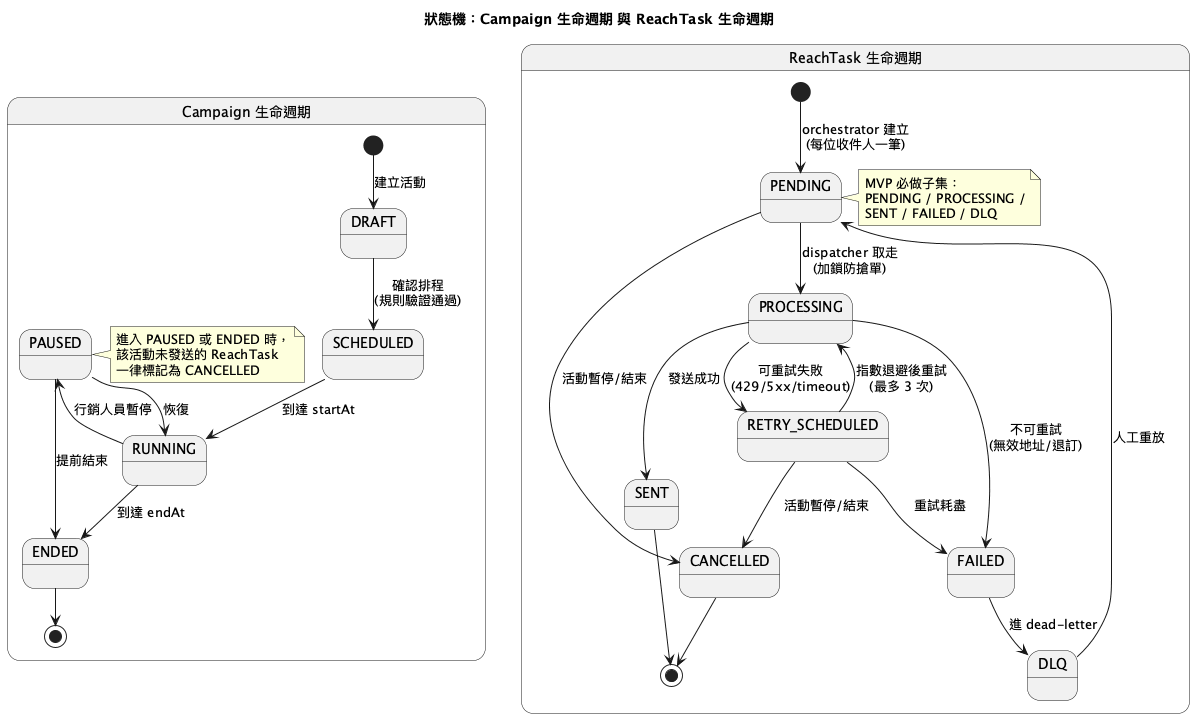
The PlantUML diagram openspec/changes/add-ecommerce-campaign-system/diagrams/02-state-campaign-and-task-lifecycle.png in BIBIOTA/campaign-reach-system, before a commit. The source it was exported from:
```plantuml
@startuml
title 狀態機：Campaign 生命週期 與 ReachTask 生命週期

state "Campaign 生命週期" as Campaign {
  [*] --> DRAFT : 建立活動
  DRAFT --> SCHEDULED : 確認排程\n(規則驗證通過)
  SCHEDULED --> RUNNING : 到達 startAt
  RUNNING --> PAUSED : 行銷人員暫停
  PAUSED --> RUNNING : 恢復
  RUNNING --> ENDED : 到達 endAt
  PAUSED --> ENDED : 提前結束
  ENDED --> [*]

  note right of PAUSED
    進入 PAUSED 或 ENDED 時，
    該活動未發送的 ReachTask
    一律標記為 CANCELLED
  end note
}

state "ReachTask 生命週期" as ReachTask {
  [*] --> PENDING : orchestrator 建立\n(每位收件人一筆)
  PENDING --> PROCESSING : dispatcher 取走\n(加鎖防搶單)
  PROCESSING --> SENT : 發送成功
  PROCESSING --> RETRY_SCHEDULED : 可重試失敗\n(429/5xx/timeout)
  RETRY_SCHEDULED --> PROCESSING : 指數退避後重試\n(最多 3 次)
  PROCESSING --> FAILED : 不可重試\n(無效地址/退訂)
  RETRY_SCHEDULED --> FAILED : 重試耗盡
  FAILED --> DLQ : 進 dead-letter
  DLQ --> PENDING : 人工重放
  PENDING --> CANCELLED : 活動暫停/結束
  RETRY_SCHEDULED --> CANCELLED : 活動暫停/結束
  SENT --> [*]
  CANCELLED --> [*]

  note right of PENDING
    MVP 必做子集：
    PENDING / PROCESSING /
    SENT / FAILED / DLQ
  end note
}
@enduml
```
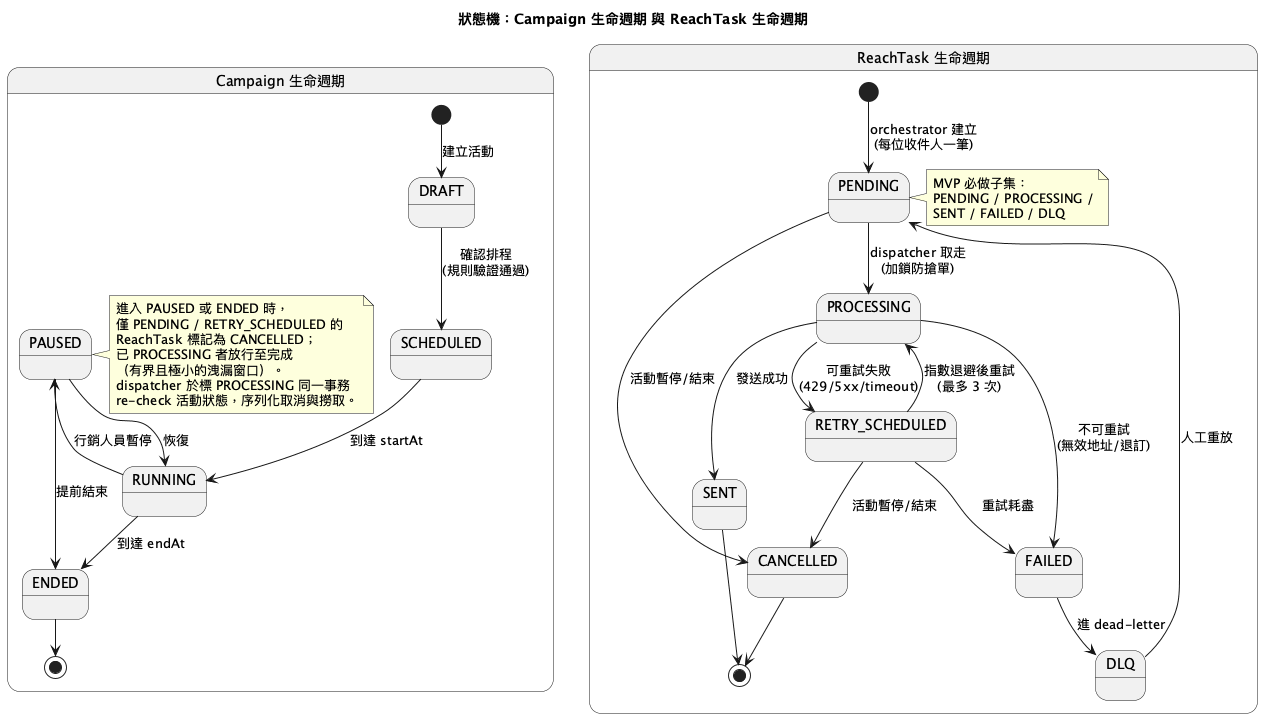
After the change.

Change to the diagram source:
```diff
@@ -13,8 +13,12 @@
 
   note right of PAUSED
     進入 PAUSED 或 ENDED 時，
-    該活動未發送的 ReachTask
-    一律標記為 CANCELLED
+    僅 PENDING / RETRY_SCHEDULED 的
+    ReachTask 標記為 CANCELLED；
+    已 PROCESSING 者放行至完成
+    （有界且極小的洩漏窗口）。
+    dispatcher 於標 PROCESSING 同一事務
+    re-check 活動狀態，序列化取消與撈取。
   end note
 }
 
```
